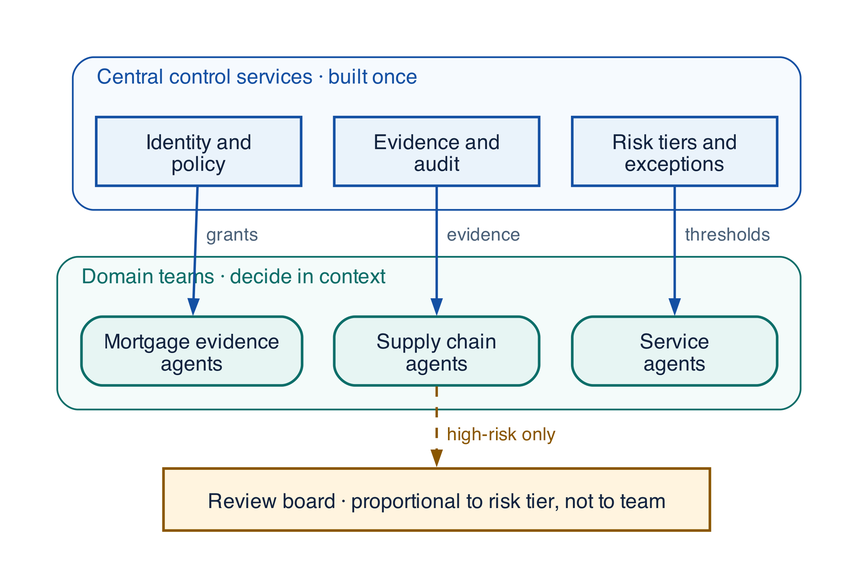
Before: assets/diagrams/governance-model.png, a diagram exported from Graphviz (rrahimi-uci/building-enterprise-general-intelligence). Its source is kept beside it as assets/diagrams/src/governance-model.gv.
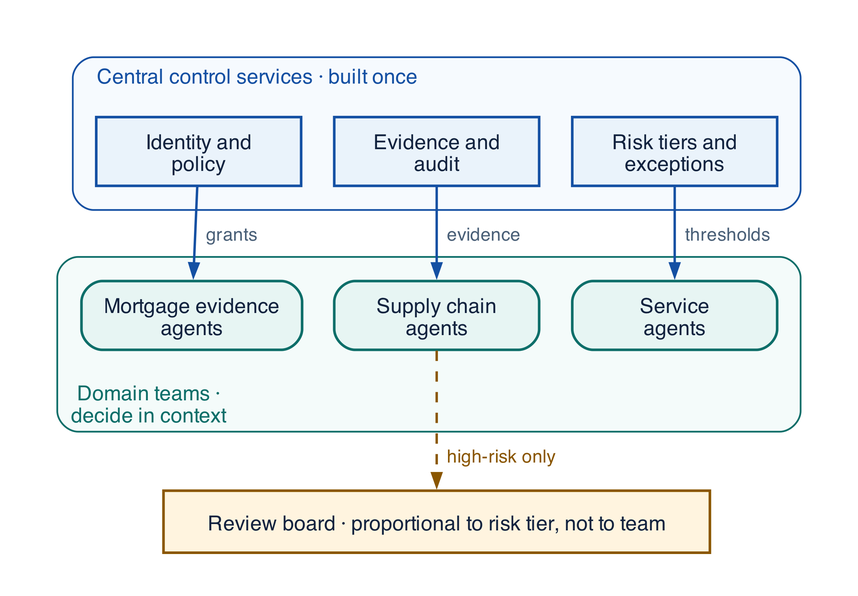
Above is the later version.

What changed in the source:
```diff
@@ -11,7 +11,7 @@
     c3 [label="Risk tiers and\nexceptions", fillcolor="#EAF3FB", color="#1450A3", style=filled]
   }
   subgraph cluster_domains {
-    label="  Domain teams · decide in context  "; labeljust="l"; fontsize=12; fontcolor="#0D6E69"
+    label="Domain teams ·\ndecide in context"; labeljust="l"; labelloc="b"; fontsize=12; fontcolor="#0D6E69"
     color="#0D6E69"; style="rounded"; margin=14; bgcolor="#F4FBFA"
     d1 [label="Mortgage evidence\nagents", fillcolor="#E7F5F3", color="#0D6E69"]
     d2 [label="Supply chain\nagents", fillcolor="#E7F5F3", color="#0D6E69"]
```
